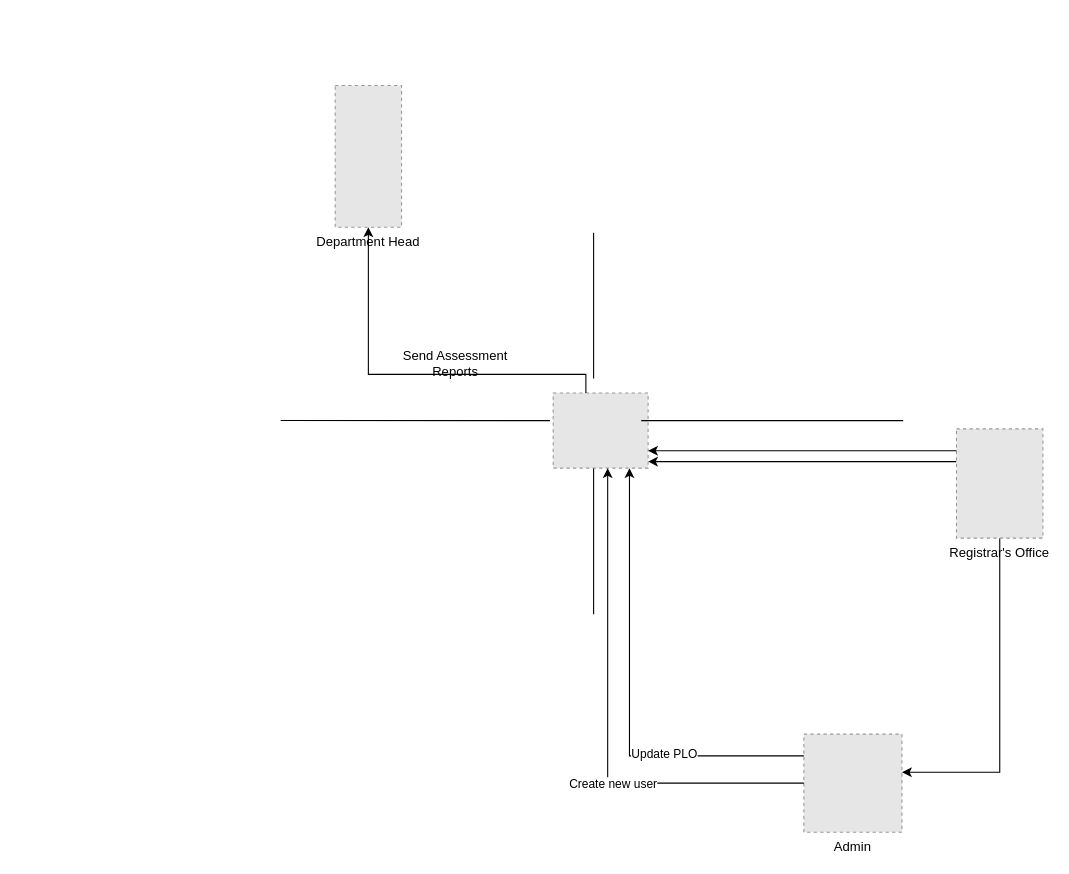
injamam00155/CSE303-sec-04-Group-03 keeps this draw.io diagram as Documentation/Rich_Picture_ASIS.drawio. Above is the earlier version. Source tidied: cells renumbered, new cells numbered last; positions are measured from the earlier drawing's top-left corner, leaving out a move shared by most shapes. Both pictures are drawn from the tidied source at 109%, with x=0, y=0 at pixel (280, 85). Pictures stored in the file or linked from it are replaced by grey dashed boxes.
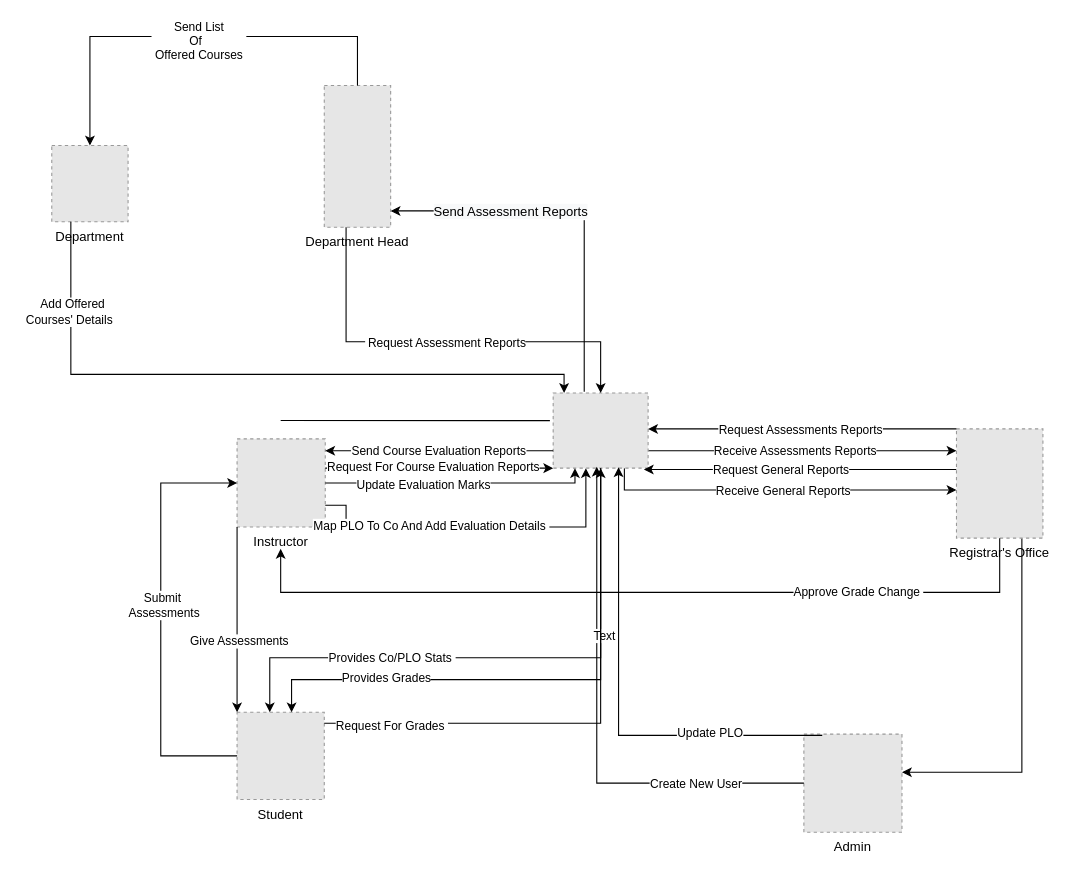
The same page after the edit.

Unchanged cells that the change refers to:
```xml
<mxCell id="3" style="fillColor=#E6E6E6;strokeColor=#999999;dashed=1;verticalLabelPosition=bottom;verticalAlign=top;" parent="1" vertex="1">
  <mxGeometry x="250" y="282" width="87.1" height="69" as="geometry" />
</mxCell>
<mxCell id="10" value="Registrar's Office" style="fillColor=#E6E6E6;strokeColor=#999999;dashed=1;verticalLabelPosition=bottom;verticalAlign=top;" parent="1" vertex="1">
  <mxGeometry x="620" y="315" width="79.3" height="100.2" as="geometry" />
</mxCell>
<mxCell id="11" value="Admin" style="fillColor=#E6E6E6;strokeColor=#999999;dashed=1;verticalLabelPosition=bottom;verticalAlign=top;" parent="1" vertex="1">
  <mxGeometry x="480" y="595" width="90" height="90" as="geometry" />
</mxCell>
```

Diff of the diagram source:
```diff
@@
+    <mxCell id="19" style="edgeStyle=orthogonalEdgeStyle;rounded=0;jettySize=auto;html=1;" parent="1" edge="1" source="3" target="10">
+      <mxGeometry relative="1" as="geometry">
+        <Array as="points">
+          <mxPoint x="380" y="335" />
+          <mxPoint x="380" y="335" />
+        </Array>
+      </mxGeometry>
+    </mxCell>
+    <mxCell id="20" value="Receive Assessments Reports" style="edgeLabel;html=1;align=center;verticalAlign=middle;" parent="19" vertex="1">
+      <mxGeometry x="-0.09" y="1" relative="1" as="geometry">
+        <mxPoint x="5" as="offset" />
+      </mxGeometry>
+    </mxCell>
     <mxCell id="2" value="Department Head" style="fillColor=#E6E6E6;strokeColor=#999999;dashed=1;verticalLabelPosition=bottom;verticalAlign=top;" parent="1" vertex="1">
-      <mxGeometry x="50" width="60.9" height="130" as="geometry" />
+      <mxGeometry x="40" width="60.9" height="130" as="geometry" />
     </mxCell>
+    <mxCell id="21" style="edgeStyle=orthogonalEdgeStyle;rounded=0;jettySize=auto;html=1;exitX=0.75;exitY=1;exitDx=0;exitDy=0;" parent="1" edge="1" source="3" target="10">
+      <mxGeometry relative="1" as="geometry">
+        <Array as="points">
+          <mxPoint x="315" y="371" />
+        </Array>
+      </mxGeometry>
+    </mxCell>
+    <mxCell id="22" value="Receive General Reports" style="edgeLabel;html=1;align=center;verticalAlign=middle;" parent="21" vertex="1">
+      <mxGeometry x="-0.09" relative="1" as="geometry">
+        <mxPoint x="17" as="offset" />
+      </mxGeometry>
+    </mxCell>
@@
-    <mxCell id="4" style="endArrow=none;html=1;rounded=0;" parent="1" edge="1">
-      <mxGeometry relative="1" as="geometry">
-        <mxPoint x="330.8" y="307.4" as="sourcePoint" />
-        <mxPoint x="571.1" y="307.4" as="targetPoint" />
-      </mxGeometry>
-    </mxCell>
@@
-    <mxCell id="6" style="endArrow=none;html=1;rounded=0;" parent="1" edge="1">
-      <mxGeometry relative="1" as="geometry">
-        <mxPoint x="287.1" y="485" as="sourcePoint" />
-        <mxPoint x="287.1" y="351.3" as="targetPoint" />
-      </mxGeometry>
-    </mxCell>
-    <mxCell id="7" style="endArrow=none;html=1;rounded=0;" parent="1" edge="1">
-      <mxGeometry relative="1" as="geometry">
-        <mxPoint x="287.1" y="268.7" as="sourcePoint" />
-        <mxPoint x="287.1" y="135" as="targetPoint" />
-      </mxGeometry>
-    </mxCell>
     <mxCell id="8" style="edgeStyle=orthogonalEdgeStyle;rounded=0;jettySize=auto;html=1;" parent="1" edge="1" source="10" target="11">
       <mxGeometry relative="1" as="geometry">
         <Array as="points">
-          <mxPoint x="660" y="630" />
+          <mxPoint x="680" y="630" />
         </Array>
       </mxGeometry>
     </mxCell>
-    <mxCell id="9" style="edgeStyle=orthogonalEdgeStyle;rounded=0;jettySize=auto;html=1;" parent="1" edge="1" source="10" target="3">
+    <mxCell id="9" style="edgeStyle=orthogonalEdgeStyle;rounded=0;jettySize=auto;html=1;entryX=0.955;entryY=1.017;entryDx=0;entryDy=0;entryPerimeter=0;" parent="1" edge="1" source="10" target="3">
       <mxGeometry relative="1" as="geometry">
         <Array as="points">
-          <mxPoint x="560" y="345" />
-          <mxPoint x="560" y="345" />
+          <mxPoint x="350" y="352" />
         </Array>
       </mxGeometry>
     </mxCell>
+    <mxCell id="23" value="Request General Reports" style="edgeLabel;html=1;align=center;verticalAlign=middle;" parent="9" vertex="1">
+      <mxGeometry x="0.13" relative="1" as="geometry" />
+    </mxCell>
@@
-    <mxCell id="12" style="edgeStyle=elbowEdgeStyle;elbow=vertical;endArrow=classic;html=1;rounded=0;" parent="1" edge="1" source="3" target="2">
+    <mxCell id="12" style="edgeStyle=elbowEdgeStyle;elbow=vertical;endArrow=classic;html=1;rounded=0;exitX=0.327;exitY=-0.015;exitDx=0;exitDy=0;exitPerimeter=0;" parent="1" edge="1" source="3" target="2">
       <mxGeometry relative="1" as="geometry">
         <Array as="points">
-          <mxPoint x="280" y="265" />
+          <mxPoint x="160" y="115" />
+          <mxPoint x="220" y="195" />
+          <mxPoint x="190" y="125" />
+          <mxPoint x="180" y="95" />
           <mxPoint x="200" y="275" />
           <mxPoint x="270" y="265" />
           <mxPoint x="230" y="255" />
           <mxPoint x="260" y="255" />
           <mxPoint x="280" y="255" />
           <mxPoint x="140" y="245" />
           <mxPoint x="280" y="245" />
           <mxPoint x="300" y="205" />
         </Array>
       </mxGeometry>
     </mxCell>
+    <mxCell id="15" value="&lt;span style=&quot;font-size: 12px; background-color: rgb(248, 249, 250);&quot;&gt;Send Assessment&amp;nbsp;&lt;/span&gt;&lt;span style=&quot;font-size: 12px; background-color: rgb(248, 249, 250);&quot;&gt;Reports&lt;/span&gt;" style="edgeLabel;html=1;align=center;verticalAlign=middle;" parent="12" vertex="1">
+      <mxGeometry x="-0.23" relative="1" as="geometry">
+        <mxPoint x="-68" y="-33" as="offset" />
+      </mxGeometry>
+    </mxCell>
-    <mxCell id="13" style="edgeStyle=elbowEdgeStyle;elbow=horizontal;endArrow=classic;html=1;rounded=0;" parent="1" edge="1" source="11" target="3">
+    <mxCell id="13" style="edgeStyle=elbowEdgeStyle;elbow=horizontal;endArrow=classic;html=1;rounded=0;entryX=0.464;entryY=0.982;entryDx=0;entryDy=0;entryPerimeter=0;" parent="1" edge="1" source="11" target="3">
       <mxGeometry relative="1" as="geometry">
         <Array as="points">
+          <mxPoint x="290" y="515" />
+          <mxPoint x="300" y="655" />
+          <mxPoint x="290" y="405" />
           <mxPoint x="300" y="485" />
           <mxPoint x="310" y="485" />
         </Array>
       </mxGeometry>
     </mxCell>
-    <mxCell id="14" value="Create new user" style="edgeLabel;html=1;align=center;verticalAlign=middle;" parent="13" vertex="1">
-      <mxGeometry x="-0.25" relative="1" as="geometry" />
+    <mxCell id="14" value="Create New User" style="edgeLabel;html=1;align=center;verticalAlign=middle;" parent="13" vertex="1">
+      <mxGeometry x="-0.25" relative="1" as="geometry">
+        <mxPoint x="80" as="offset" />
+      </mxGeometry>
     </mxCell>
-    <mxCell id="15" value="Send Assessment &lt;br&gt;Reports" style="text;html=1;align=center;verticalAlign=middle;strokeColor=none;fillColor=none;" parent="1" vertex="1">
-      <mxGeometry x="100" y="235" width="120" height="40" as="geometry" />
-    </mxCell>
     <mxCell id="16" style="edgeStyle=elbowEdgeStyle;elbow=horizontal;endArrow=classic;html=1;rounded=0;" parent="1" edge="1" source="10" target="3">
       <mxGeometry relative="1" as="geometry">
         <Array as="points">
+          <mxPoint x="390" y="315" />
+          <mxPoint x="460" y="325" />
           <mxPoint x="490" y="335" />
         </Array>
       </mxGeometry>
     </mxCell>
+    <mxCell id="24" value="Request Assessments Reports" style="edgeLabel;html=1;align=center;verticalAlign=middle;" parent="16" vertex="1">
+      <mxGeometry x="0.02" relative="1" as="geometry" />
+    </mxCell>
-    <mxCell id="17" style="edgeStyle=elbowEdgeStyle;elbow=horizontal;endArrow=classic;html=1;rounded=0;" parent="1" edge="1" source="11" target="3">
+    <mxCell id="17" style="edgeStyle=elbowEdgeStyle;elbow=horizontal;endArrow=classic;html=1;rounded=0;entryX=0.684;entryY=0.988;entryDx=0;entryDy=0;entryPerimeter=0;exitX=0.187;exitY=0.013;exitDx=0;exitDy=0;exitPerimeter=0;" parent="1" edge="1" source="11" target="3">
       <mxGeometry relative="1" as="geometry">
         <Array as="points">
+          <mxPoint x="310" y="475" />
+          <mxPoint x="260" y="565" />
+          <mxPoint x="250" y="565" />
+          <mxPoint x="200" y="495" />
+          <mxPoint x="260" y="585" />
+          <mxPoint x="200" y="495" />
+          <mxPoint x="300" y="455" />
           <mxPoint x="320" y="615" />
           <mxPoint x="330" y="519" />
         </Array>
       </mxGeometry>
     </mxCell>
     <mxCell id="18" value="Update PLO" style="edgeLabel;html=1;align=center;verticalAlign=middle;" parent="17" vertex="1">
-      <mxGeometry x="-0.39" y="-3" relative="1" as="geometry" />
+      <mxGeometry x="-0.39" y="-3" relative="1" as="geometry">
+        <mxPoint x="29" as="offset" />
+      </mxGeometry>
     </mxCell>
+    <mxCell id="25" value="Instructor" style="fillColor=#E6E6E6;strokeColor=#999999;dashed=1;verticalLabelPosition=bottom;verticalAlign=top;" parent="1" vertex="1">
+      <mxGeometry x="-40" y="324.1" width="80.9" height="80.9" as="geometry" />
+    </mxCell>
+    <mxCell id="26" value="Department" style="fillColor=#E6E6E6;strokeColor=#999999;dashed=1;verticalLabelPosition=bottom;verticalAlign=top;" parent="1" vertex="1">
+      <mxGeometry x="-210" y="55" width="70" height="70" as="geometry" />
+    </mxCell>
+    <mxCell id="27" value="Student" style="fillColor=#E6E6E6;strokeColor=#999999;dashed=1;verticalLabelPosition=bottom;verticalAlign=top;" parent="1" vertex="1">
+      <mxGeometry x="-40" y="575" width="80" height="80" as="geometry" />
+    </mxCell>
+    <mxCell id="28" style="edgeStyle=elbowEdgeStyle;elbow=vertical;endArrow=classic;html=1;rounded=0;" parent="1" edge="1" source="2" target="3">
+      <mxGeometry relative="1" as="geometry">
+        <Array as="points">
+          <mxPoint x="60" y="235" />
+          <mxPoint x="30" y="155" />
+          <mxPoint x="200" y="285" />
+          <mxPoint x="20" y="275" />
+          <mxPoint x="20" y="185" />
+          <mxPoint x="270" y="215" />
+          <mxPoint x="220" y="185" />
+          <mxPoint x="70" y="155" />
+          <mxPoint x="190" y="105" />
+        </Array>
+      </mxGeometry>
+    </mxCell>
+    <mxCell id="29" value="&amp;nbsp;Request Assessment&amp;nbsp;Reports" style="edgeLabel;html=1;align=center;verticalAlign=middle;" parent="28" vertex="1">
+      <mxGeometry x="-0.45" y="-1" relative="1" as="geometry">
+        <mxPoint x="89" y="-1" as="offset" />
+      </mxGeometry>
+    </mxCell>
+    <mxCell id="30" value="Send Course Evaluation Reports" style="edgeStyle=elbowEdgeStyle;elbow=horizontal;endArrow=classic;html=1;rounded=0;" parent="1" edge="1" source="3" target="25">
+      <mxGeometry relative="1" as="geometry">
+        <Array as="points">
+          <mxPoint x="130" y="335" />
+        </Array>
+      </mxGeometry>
+    </mxCell>
+    <mxCell id="31" style="edgeStyle=elbowEdgeStyle;elbow=vertical;endArrow=classic;html=1;rounded=0;" parent="1" edge="1" source="2" target="26">
+      <mxGeometry relative="1" as="geometry">
+        <Array as="points">
+          <mxPoint x="-50" y="-45" />
+        </Array>
+      </mxGeometry>
+    </mxCell>
+    <mxCell id="32" value="&amp;nbsp; Send List&amp;nbsp;&amp;nbsp;&lt;br&gt;Of&amp;nbsp;&amp;nbsp;&lt;br&gt;&amp;nbsp;Offered Courses&amp;nbsp;" style="edgeLabel;html=1;align=center;verticalAlign=middle;" parent="31" vertex="1">
+      <mxGeometry x="-0.02" y="3" relative="1" as="geometry" />
+    </mxCell>
+    <mxCell id="33" style="edgeStyle=segmentEdgeStyle;endArrow=classic;html=1;rounded=0;" parent="1" edge="1" source="25" target="3">
+      <mxGeometry relative="1" as="geometry">
+        <Array as="points">
+          <mxPoint x="270" y="365" />
+        </Array>
+      </mxGeometry>
+    </mxCell>
+    <mxCell id="34" value="Update Evaluation Marks" style="edgeLabel;html=1;align=center;verticalAlign=middle;" parent="33" vertex="1">
+      <mxGeometry x="-0.26" y="-2" relative="1" as="geometry" />
+    </mxCell>
+    <mxCell id="35" style="edgeStyle=elbowEdgeStyle;elbow=vertical;endArrow=classic;html=1;rounded=0;exitX=0.25;exitY=1;exitDx=0;exitDy=0;" parent="1" edge="1" source="26" target="3">
+      <mxGeometry relative="1" as="geometry">
+        <Array as="points">
+          <mxPoint x="260" y="265" />
+          <mxPoint x="280" y="275" />
+          <mxPoint x="290" y="265" />
+          <mxPoint x="300" y="255" />
+          <mxPoint x="-90" y="215" />
+          <mxPoint x="-130" y="175" />
+        </Array>
+      </mxGeometry>
+    </mxCell>
+    <mxCell id="36" value="&amp;nbsp; &amp;nbsp;Add Offered&amp;nbsp;&lt;br&gt;&amp;nbsp; Courses' Details&amp;nbsp;&amp;nbsp;" style="edgeLabel;html=1;align=center;verticalAlign=middle;" parent="35" vertex="1">
+      <mxGeometry x="-0.73" y="-2" relative="1" as="geometry" />
+    </mxCell>
+    <mxCell id="37" style="edgeStyle=elbowEdgeStyle;elbow=vertical;endArrow=classic;html=1;rounded=0;" parent="1" edge="1" source="25" target="3">
+      <mxGeometry relative="1" as="geometry">
+        <Array as="points">
+          <mxPoint x="150" y="351" />
+          <mxPoint x="80.9" y="365" />
+        </Array>
+      </mxGeometry>
+    </mxCell>
+    <mxCell id="38" value="Request For Course Evaluation Reports" style="edgeLabel;html=1;align=center;verticalAlign=middle;" parent="37" vertex="1">
+      <mxGeometry x="-0.05" y="2" relative="1" as="geometry" />
+    </mxCell>
+    <mxCell id="39" style="edgeStyle=segmentEdgeStyle;endArrow=classic;html=1;rounded=0;" parent="1" edge="1" source="25" target="3">
+      <mxGeometry relative="1" as="geometry">
+        <Array as="points">
+          <mxPoint x="60" y="385" />
+          <mxPoint x="60" y="405" />
+          <mxPoint x="280" y="405" />
+        </Array>
+      </mxGeometry>
+    </mxCell>
+    <mxCell id="40" value="Map PLO To Co And Add Evaluation Details&amp;nbsp;" style="edgeLabel;html=1;align=center;verticalAlign=middle;" parent="39" vertex="1">
+      <mxGeometry x="-0.25" y="2" relative="1" as="geometry" />
+    </mxCell>
+    <mxCell id="41" style="edgeStyle=elbowEdgeStyle;elbow=horizontal;endArrow=classic;html=1;rounded=0;" parent="1" edge="1" source="27" target="25">
+      <mxGeometry relative="1" as="geometry">
+        <Array as="points">
+          <mxPoint x="-110" y="465" />
+          <mxPoint x="-90" y="535" />
+          <mxPoint x="-80" y="515" />
+        </Array>
+      </mxGeometry>
+    </mxCell>
+    <mxCell id="42" value="&amp;nbsp;" style="edgeLabel;html=1;align=center;verticalAlign=middle;" parent="41" vertex="1">
+      <mxGeometry x="-0.07" y="-5" relative="1" as="geometry" />
+    </mxCell>
+    <mxCell id="43" value="Submit&amp;nbsp;&lt;br&gt;Assessments" style="edgeLabel;html=1;align=center;verticalAlign=middle;" parent="41" vertex="1">
+      <mxGeometry x="0.07" y="-2" relative="1" as="geometry" />
+    </mxCell>
+    <mxCell id="44" style="edgeStyle=elbowEdgeStyle;elbow=vertical;endArrow=classic;html=1;rounded=0;" parent="1" edge="1" source="25" target="27">
+      <mxGeometry relative="1" as="geometry">
+        <Array as="points">
+          <mxPoint x="-40" y="525" />
+          <mxPoint x="-70" y="535" />
+          <mxPoint x="-50" y="505" />
+          <mxPoint x="-60" y="515" />
+        </Array>
+      </mxGeometry>
+    </mxCell>
+    <mxCell id="45" value="Give Assessments" style="edgeLabel;html=1;align=center;verticalAlign=middle;" parent="44" vertex="1">
+      <mxGeometry x="0.22" y="1" relative="1" as="geometry" />
+    </mxCell>
+    <mxCell id="46" style="edgeStyle=elbowEdgeStyle;elbow=vertical;endArrow=classic;html=1;rounded=0;" parent="1" edge="1" source="3" target="27">
+      <mxGeometry relative="1" as="geometry">
+        <Array as="points">
+          <mxPoint x="-10" y="525" />
+          <mxPoint x="140" y="525" />
+        </Array>
+      </mxGeometry>
+    </mxCell>
+    <mxCell id="47" value="Text" style="edgeLabel;html=1;align=center;verticalAlign=middle;" parent="46" vertex="1">
+      <mxGeometry x="-0.42" y="3" relative="1" as="geometry" />
+    </mxCell>
+    <mxCell id="48" value="Provides Co/PLO Stats&amp;nbsp;" style="edgeLabel;html=1;align=center;verticalAlign=middle;" parent="46" vertex="1">
+      <mxGeometry x="0.39" y="-1" relative="1" as="geometry">
+        <mxPoint x="1" as="offset" />
+      </mxGeometry>
+    </mxCell>
+    <mxCell id="49" style="edgeStyle=elbowEdgeStyle;elbow=vertical;endArrow=classic;html=1;rounded=0;" parent="1" edge="1" source="3" target="27">
+      <mxGeometry relative="1" as="geometry">
+        <Array as="points">
+          <mxPoint x="10" y="545" />
+          <mxPoint x="20" y="545" />
+          <mxPoint x="50" y="535" />
+          <mxPoint x="70.4" y="535" />
+        </Array>
+      </mxGeometry>
+    </mxCell>
+    <mxCell id="50" value="Provides Grades" style="edgeLabel;html=1;align=center;verticalAlign=middle;" parent="49" vertex="1">
+      <mxGeometry x="0.54" y="-2" relative="1" as="geometry" />
+    </mxCell>
+    <mxCell id="51" style="edgeStyle=elbowEdgeStyle;elbow=vertical;endArrow=classic;html=1;rounded=0;" parent="1" edge="1" source="27" target="3">
+      <mxGeometry relative="1" as="geometry">
+        <Array as="points">
+          <mxPoint x="90.9" y="585" />
+        </Array>
+      </mxGeometry>
+    </mxCell>
+    <mxCell id="52" value="Request For Grades&amp;nbsp;" style="edgeLabel;html=1;align=center;verticalAlign=middle;" parent="51" vertex="1">
+      <mxGeometry x="-0.75" y="-2" relative="1" as="geometry" />
+    </mxCell>
+    <mxCell id="53" style="edgeStyle=elbowEdgeStyle;elbow=vertical;endArrow=classic;html=1;rounded=0;" parent="1" edge="1" source="10">
+      <mxGeometry relative="1" as="geometry">
+        <mxPoint y="425" as="targetPoint" />
+        <Array as="points">
+          <mxPoint x="610" y="465" />
+          <mxPoint x="290" y="455" />
+          <mxPoint x="580" y="455" />
+          <mxPoint x="330" y="455" />
+          <mxPoint x="110" y="485" />
+        </Array>
+      </mxGeometry>
+    </mxCell>
+    <mxCell id="54" value="Approve Grade Change&amp;nbsp;" style="edgeLabel;html=1;align=center;verticalAlign=middle;" parent="53" vertex="1">
+      <mxGeometry x="-0.52" y="-1" relative="1" as="geometry" />
+    </mxCell>
```
